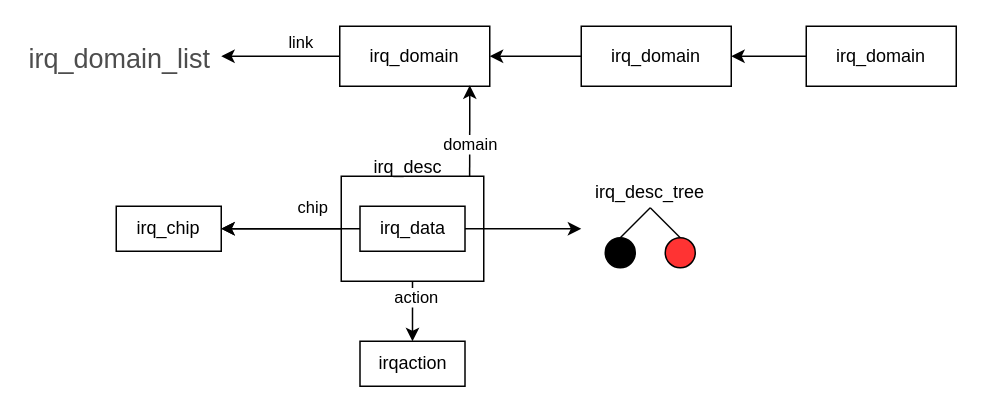
The draw.io diagram irq.drawio in jasonactions/graph, before the edit. Source tidied: cells renumbered, new cells numbered last; positions are measured from the earlier drawing's top-left corner, leaving out a move shared by most shapes. Both pictures are drawn from the tidied source at 150%, with x=0, y=0 at pixel (26, 26).
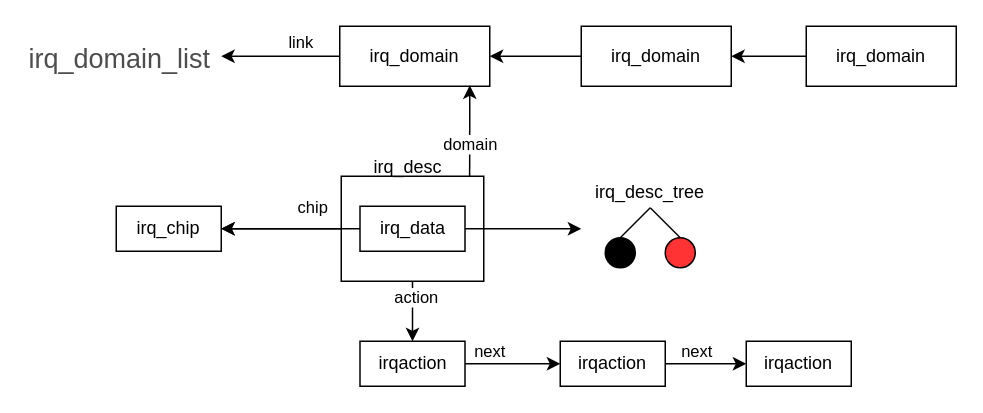
Above is the later version.

Unchanged cells that the change refers to:
```xml
<mxCell id="27" value="irqaction" style="rounded=0;whiteSpace=wrap;html=1;fillColor=#FFFFFF;" parent="1" vertex="1">
  <mxGeometry x="222.5" y="210" width="70" height="30" as="geometry" />
</mxCell>
```

Change to the diagram source:
```diff
@@
+    <mxCell id="28" style="edgeStyle=orthogonalEdgeStyle;rounded=0;jettySize=auto;html=1;entryX=0;entryY=0.5;entryDx=0;entryDy=0;" parent="1" edge="1" source="27" target="32">
+      <mxGeometry relative="1" as="geometry" />
+    </mxCell>
+    <mxCell id="29" value="next" style="edgeLabel;html=1;align=center;verticalAlign=middle;" parent="28" vertex="1">
+      <mxGeometry x="-0.8" relative="1" as="geometry">
+        <mxPoint x="10" y="-9" as="offset" />
+      </mxGeometry>
+    </mxCell>
@@
+    <mxCell id="30" style="edgeStyle=orthogonalEdgeStyle;rounded=0;jettySize=auto;html=1;" parent="1" edge="1" source="32" target="33">
+      <mxGeometry relative="1" as="geometry" />
+    </mxCell>
+    <mxCell id="31" value="next" style="edgeLabel;html=1;align=center;verticalAlign=middle;" parent="30" vertex="1">
+      <mxGeometry x="-0.73" y="-1" relative="1" as="geometry">
+        <mxPoint x="13" y="-10" as="offset" />
+      </mxGeometry>
+    </mxCell>
+    <mxCell id="32" value="irqaction" style="rounded=0;whiteSpace=wrap;html=1;fillColor=#FFFFFF;" parent="1" vertex="1">
+      <mxGeometry x="356" y="210" width="70" height="30" as="geometry" />
+    </mxCell>
+    <mxCell id="33" value="irqaction" style="rounded=0;whiteSpace=wrap;html=1;fillColor=#FFFFFF;" parent="1" vertex="1">
+      <mxGeometry x="480" y="210" width="70" height="30" as="geometry" />
+    </mxCell>
```
